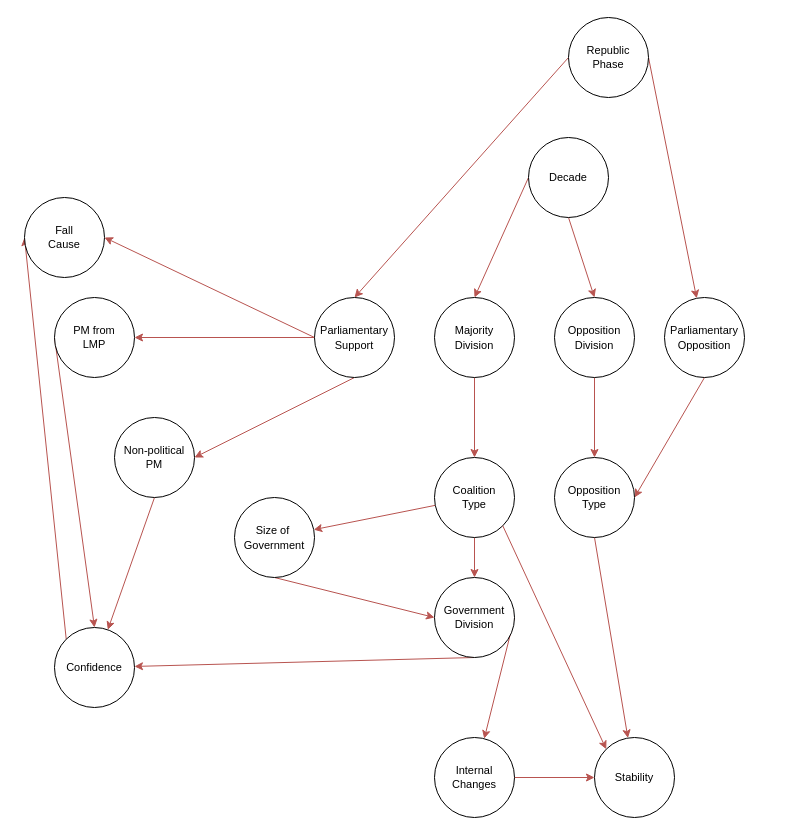
Earlier version of the draw.io diagram Model.drawio (Cremadvd/Italian-Government-Stability). Source tidied: cells renumbered, new cells numbered last; positions are measured from the earlier drawing's top-left corner, leaving out a move shared by most shapes. Both pictures are drawn from the tidied source at 100%, with x=0, y=0 at pixel (24, 17).
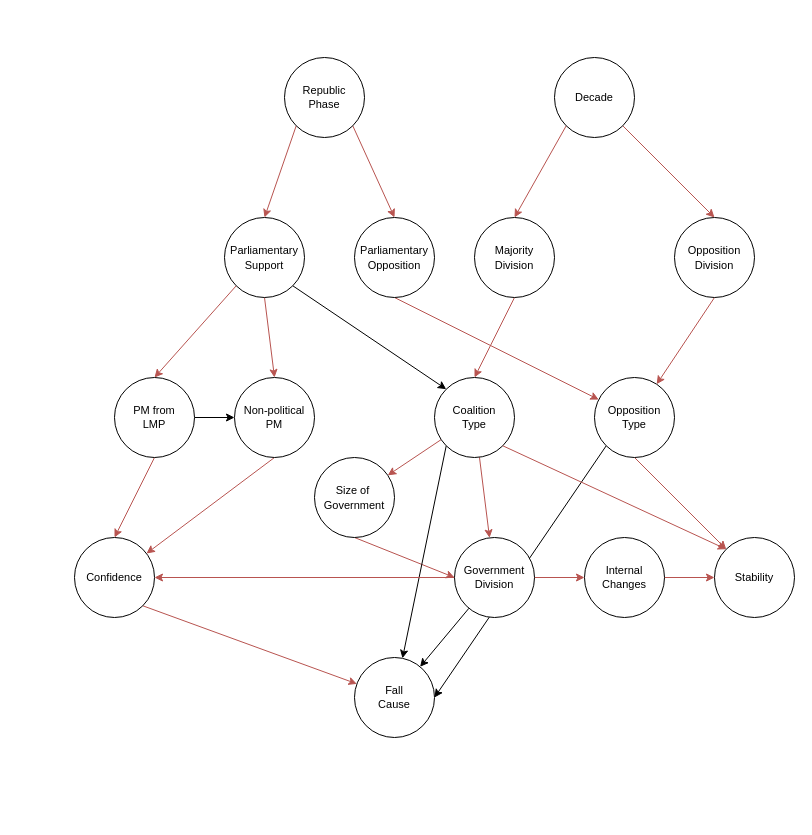
The same diagram, later.

The edit, as a diff of the source:
```diff
@@
     <mxCell id="3" value="&lt;font style=&quot;font-size: 11px;&quot;&gt;Size of&amp;nbsp;&lt;br&gt;Government&lt;/font&gt;" style="ellipse;whiteSpace=wrap;html=1;" parent="1" vertex="1">
-      <mxGeometry x="210" y="480" width="80" height="80" as="geometry" />
+      <mxGeometry x="290" y="440" width="80" height="80" as="geometry" />
     </mxCell>
-    <mxCell id="4" style="rounded=0;jettySize=auto;html=1;exitX=0;exitY=0.5;exitDx=0;exitDy=0;entryX=1;entryY=0.5;entryDx=0;entryDy=0;fillColor=#f8cecc;strokeColor=#b85450;" parent="1" edge="1" source="7" target="27">
+    <mxCell id="4" style="rounded=0;jettySize=auto;html=1;exitX=0;exitY=1;exitDx=0;exitDy=0;entryX=0.5;entryY=0;entryDx=0;entryDy=0;fillColor=#f8cecc;strokeColor=#b85450;" parent="1" edge="1" source="7" target="27">
       <mxGeometry relative="1" as="geometry" />
     </mxCell>
-    <mxCell id="5" style="rounded=0;jettySize=auto;html=1;exitX=0.5;exitY=1;exitDx=0;exitDy=0;entryX=1;entryY=0.5;entryDx=0;entryDy=0;fillColor=#f8cecc;strokeColor=#b85450;" parent="1" edge="1" source="7" target="29">
+    <mxCell id="5" style="rounded=0;jettySize=auto;html=1;exitX=0.5;exitY=1;exitDx=0;exitDy=0;entryX=0.5;entryY=0;entryDx=0;entryDy=0;fillColor=#f8cecc;strokeColor=#b85450;" parent="1" edge="1" source="7" target="29">
       <mxGeometry relative="1" as="geometry" />
     </mxCell>
-    <mxCell id="6" style="rounded=0;jettySize=auto;html=1;exitX=0;exitY=0.5;exitDx=0;exitDy=0;entryX=1;entryY=0.5;entryDx=0;entryDy=0;fillColor=#f8cecc;strokeColor=#b85450;" parent="1" edge="1" source="7" target="25">
-      <mxGeometry relative="1" as="geometry" />
-    </mxCell>
+    <mxCell id="39" style="rounded=0;jettySize=auto;html=1;exitX=1;exitY=1;exitDx=0;exitDy=0;entryX=0;entryY=0;entryDx=0;entryDy=0;" parent="1" edge="1" source="7" target="32">
+      <mxGeometry relative="1" as="geometry" />
+    </mxCell>
     <mxCell id="7" value="&lt;font style=&quot;font-size: 11px;&quot;&gt;Parliamentary&lt;br&gt;Support&lt;/font&gt;" style="ellipse;whiteSpace=wrap;html=1;" parent="1" vertex="1">
-      <mxGeometry x="290" y="280" width="80" height="80" as="geometry" />
+      <mxGeometry x="200" y="200" width="80" height="80" as="geometry" />
     </mxCell>
-    <mxCell id="8" style="rounded=0;jettySize=auto;html=1;exitX=0.5;exitY=1;exitDx=0;exitDy=0;entryX=1;entryY=0.5;entryDx=0;entryDy=0;fillColor=#f8cecc;strokeColor=#b85450;" parent="1" edge="1" source="9" target="34">
+    <mxCell id="8" style="rounded=0;jettySize=auto;html=1;exitX=0.5;exitY=1;exitDx=0;exitDy=0;fillColor=#f8cecc;strokeColor=#b85450;" parent="1" edge="1" source="9" target="34">
       <mxGeometry relative="1" as="geometry" />
     </mxCell>
     <mxCell id="9" value="&lt;font style=&quot;font-size: 11px;&quot;&gt;&lt;font style=&quot;font-size: 11px;&quot;&gt;Parliamentary&lt;/font&gt;&lt;br&gt;Opposition&lt;/font&gt;" style="ellipse;whiteSpace=wrap;html=1;" parent="1" vertex="1">
-      <mxGeometry x="640" y="280" width="80" height="80" as="geometry" />
+      <mxGeometry x="330" y="200" width="80" height="80" as="geometry" />
     </mxCell>
-    <mxCell id="10" style="edgeStyle=orthogonalEdgeStyle;rounded=0;jettySize=auto;html=1;exitX=0.5;exitY=1;exitDx=0;exitDy=0;entryX=0.5;entryY=0;entryDx=0;entryDy=0;fillColor=#f8cecc;strokeColor=#b85450;" parent="1" edge="1" source="11" target="32">
+    <mxCell id="10" style="rounded=0;jettySize=auto;html=1;exitX=0.5;exitY=1;exitDx=0;exitDy=0;entryX=0.5;entryY=0;entryDx=0;entryDy=0;fillColor=#f8cecc;strokeColor=#b85450;" parent="1" edge="1" source="11" target="32">
       <mxGeometry relative="1" as="geometry" />
     </mxCell>
     <mxCell id="11" value="&lt;font style=&quot;font-size: 11px;&quot;&gt;Majority&lt;br&gt;Division&lt;/font&gt;" style="ellipse;whiteSpace=wrap;html=1;" parent="1" vertex="1">
-      <mxGeometry x="410" y="280" width="80" height="80" as="geometry" />
+      <mxGeometry x="450" y="200" width="80" height="80" as="geometry" />
     </mxCell>
-    <mxCell id="12" style="edgeStyle=orthogonalEdgeStyle;rounded=0;jettySize=auto;html=1;exitX=0.5;exitY=1;exitDx=0;exitDy=0;fillColor=#f8cecc;strokeColor=#b85450;" parent="1" edge="1" source="13" target="34">
+    <mxCell id="12" style="rounded=0;jettySize=auto;html=1;exitX=0.5;exitY=1;exitDx=0;exitDy=0;fillColor=#f8cecc;strokeColor=#b85450;" parent="1" edge="1" source="13" target="34">
       <mxGeometry relative="1" as="geometry" />
     </mxCell>
     <mxCell id="13" value="&lt;font style=&quot;font-size: 11px;&quot;&gt;Opposition&lt;br&gt;Division&lt;/font&gt;" style="ellipse;whiteSpace=wrap;html=1;" parent="1" vertex="1">
-      <mxGeometry x="530" y="280" width="80" height="80" as="geometry" />
+      <mxGeometry x="650" y="200" width="80" height="80" as="geometry" />
     </mxCell>
     <mxCell id="14" value="Stability" style="ellipse;whiteSpace=wrap;html=1;fontFamily=Helvetica;fontSize=11;fontColor=default;" parent="1" vertex="1">
-      <mxGeometry x="570" y="720" width="80" height="80" as="geometry" />
+      <mxGeometry x="690" y="520" width="80" height="80" as="geometry" />
     </mxCell>
-    <mxCell id="15" style="edgeStyle=orthogonalEdgeStyle;rounded=0;jettySize=auto;html=1;exitX=1;exitY=0.5;exitDx=0;exitDy=0;fillColor=#f8cecc;strokeColor=#b85450;" parent="1" edge="1" source="16" target="14">
+    <mxCell id="15" style="rounded=0;jettySize=auto;html=1;exitX=1;exitY=0.5;exitDx=0;exitDy=0;fillColor=#f8cecc;strokeColor=#b85450;" parent="1" edge="1" source="16" target="14">
       <mxGeometry relative="1" as="geometry" />
     </mxCell>
     <mxCell id="16" value="Internal&lt;br&gt;Changes" style="ellipse;whiteSpace=wrap;html=1;fontFamily=Helvetica;fontSize=11;fontColor=default;" parent="1" vertex="1">
-      <mxGeometry x="410" y="720" width="80" height="80" as="geometry" />
+      <mxGeometry x="560" y="520" width="80" height="80" as="geometry" />
     </mxCell>
-    <mxCell id="17" style="rounded=0;jettySize=auto;html=1;exitX=0.5;exitY=1;exitDx=0;exitDy=0;entryX=0.5;entryY=0;entryDx=0;entryDy=0;fillColor=#f8cecc;strokeColor=#b85450;" parent="1" edge="1" source="19" target="13">
+    <mxCell id="17" style="rounded=0;jettySize=auto;html=1;entryX=0.5;entryY=0;entryDx=0;entryDy=0;fillColor=#f8cecc;strokeColor=#b85450;" parent="1" edge="1" source="19" target="13">
       <mxGeometry relative="1" as="geometry" />
     </mxCell>
-    <mxCell id="18" style="rounded=0;jettySize=auto;html=1;exitX=0;exitY=0.5;exitDx=0;exitDy=0;entryX=0.5;entryY=0;entryDx=0;entryDy=0;fillColor=#f8cecc;strokeColor=#b85450;" parent="1" edge="1" source="19" target="11">
+    <mxCell id="18" style="rounded=0;jettySize=auto;html=1;exitX=0;exitY=1;exitDx=0;exitDy=0;entryX=0.5;entryY=0;entryDx=0;entryDy=0;fillColor=#f8cecc;strokeColor=#b85450;" parent="1" edge="1" source="19" target="11">
       <mxGeometry relative="1" as="geometry" />
     </mxCell>
     <mxCell id="19" value="Decade" style="ellipse;whiteSpace=wrap;html=1;fontFamily=Helvetica;fontSize=11;fontColor=default;" parent="1" vertex="1">
-      <mxGeometry x="504" y="120" width="80" height="80" as="geometry" />
+      <mxGeometry x="530" y="40" width="80" height="80" as="geometry" />
     </mxCell>
-    <mxCell id="20" style="rounded=0;jettySize=auto;html=1;exitX=0;exitY=0.5;exitDx=0;exitDy=0;entryX=0.5;entryY=0;entryDx=0;entryDy=0;fillColor=#f8cecc;strokeColor=#b85450;" parent="1" edge="1" source="22" target="7">
+    <mxCell id="20" style="rounded=0;jettySize=auto;html=1;exitX=0;exitY=1;exitDx=0;exitDy=0;entryX=0.5;entryY=0;entryDx=0;entryDy=0;fillColor=#f8cecc;strokeColor=#b85450;" parent="1" edge="1" source="22" target="7">
       <mxGeometry relative="1" as="geometry" />
     </mxCell>
-    <mxCell id="21" style="rounded=0;jettySize=auto;html=1;exitX=1;exitY=0.5;exitDx=0;exitDy=0;fillColor=#f8cecc;strokeColor=#b85450;" parent="1" edge="1" source="22" target="9">
+    <mxCell id="21" style="rounded=0;jettySize=auto;html=1;exitX=1;exitY=1;exitDx=0;exitDy=0;fillColor=#f8cecc;strokeColor=#b85450;entryX=0.5;entryY=0;entryDx=0;entryDy=0;" parent="1" edge="1" source="22" target="9">
       <mxGeometry relative="1" as="geometry" />
     </mxCell>
     <mxCell id="22" value="Republic&lt;br&gt;Phase" style="ellipse;whiteSpace=wrap;html=1;fontFamily=Helvetica;fontSize=11;fontColor=default;" parent="1" vertex="1">
-      <mxGeometry x="544" width="80" height="80" as="geometry" />
+      <mxGeometry x="260" y="40" width="80" height="80" as="geometry" />
     </mxCell>
-    <mxCell id="23" style="rounded=0;jettySize=auto;html=1;exitX=0;exitY=0;exitDx=0;exitDy=0;entryX=0;entryY=0.5;entryDx=0;entryDy=0;fillColor=#f8cecc;strokeColor=#b85450;" parent="1" edge="1" source="24" target="25">
+    <mxCell id="23" style="rounded=0;jettySize=auto;html=1;exitX=1;exitY=1;exitDx=0;exitDy=0;fillColor=#f8cecc;strokeColor=#b85450;" parent="1" edge="1" source="24" target="25">
       <mxGeometry relative="1" as="geometry" />
     </mxCell>
     <mxCell id="24" value="Confidence" style="ellipse;whiteSpace=wrap;html=1;fontFamily=Helvetica;fontSize=11;fontColor=default;" parent="1" vertex="1">
-      <mxGeometry x="30" y="610" width="80" height="80" as="geometry" />
+      <mxGeometry x="50" y="520" width="80" height="80" as="geometry" />
     </mxCell>
     <mxCell id="25" value="Fall&lt;br&gt;Cause" style="ellipse;whiteSpace=wrap;html=1;fontFamily=Helvetica;fontSize=11;fontColor=default;" parent="1" vertex="1">
-      <mxGeometry y="180" width="80" height="80" as="geometry" />
+      <mxGeometry x="330" y="640" width="80" height="80" as="geometry" />
     </mxCell>
-    <mxCell id="26" style="rounded=0;jettySize=auto;html=1;exitX=0;exitY=0.5;exitDx=0;exitDy=0;entryX=0.5;entryY=0;entryDx=0;entryDy=0;fillColor=#f8cecc;strokeColor=#b85450;" parent="1" edge="1" source="27" target="24">
+    <mxCell id="26" style="rounded=0;jettySize=auto;html=1;exitX=0.5;exitY=1;exitDx=0;exitDy=0;entryX=0.5;entryY=0;entryDx=0;entryDy=0;fillColor=#f8cecc;strokeColor=#b85450;" parent="1" edge="1" source="27" target="24">
       <mxGeometry relative="1" as="geometry" />
     </mxCell>
+    <mxCell id="40" style="rounded=0;jettySize=auto;html=1;exitX=1;exitY=0.5;exitDx=0;exitDy=0;entryX=0;entryY=0.5;entryDx=0;entryDy=0;" parent="1" edge="1" source="27" target="29">
+      <mxGeometry relative="1" as="geometry" />
+    </mxCell>
     <mxCell id="27" value="PM from&lt;br&gt;LMP" style="ellipse;whiteSpace=wrap;html=1;fontFamily=Helvetica;fontSize=11;fontColor=default;" parent="1" vertex="1">
-      <mxGeometry x="30" y="280" width="80" height="80" as="geometry" />
+      <mxGeometry x="90" y="360" width="80" height="80" as="geometry" />
     </mxCell>
@@
     <mxCell id="29" value="Non-political&lt;br&gt;PM" style="ellipse;whiteSpace=wrap;html=1;fontFamily=Helvetica;fontSize=11;fontColor=default;" parent="1" vertex="1">
-      <mxGeometry x="90" y="400" width="80" height="80" as="geometry" />
+      <mxGeometry x="210" y="360" width="80" height="80" as="geometry" />
     </mxCell>
-    <mxCell id="30" style="edgeStyle=orthogonalEdgeStyle;rounded=0;jettySize=auto;html=1;fillColor=#f8cecc;strokeColor=#b85450;" parent="1" edge="1" source="32" target="37">
+    <mxCell id="30" style="rounded=0;jettySize=auto;html=1;fillColor=#f8cecc;strokeColor=#b85450;" parent="1" edge="1" source="32" target="37">
       <mxGeometry relative="1" as="geometry" />
     </mxCell>
@@
+    <mxCell id="41" style="rounded=0;jettySize=auto;html=1;exitX=0;exitY=1;exitDx=0;exitDy=0;" parent="1" edge="1" source="32" target="25">
+      <mxGeometry relative="1" as="geometry" />
+    </mxCell>
     <mxCell id="32" value="Coalition&lt;br&gt;Type" style="ellipse;whiteSpace=wrap;html=1;fontFamily=Helvetica;fontSize=11;fontColor=default;" parent="1" vertex="1">
-      <mxGeometry x="410" y="440" width="80" height="80" as="geometry" />
+      <mxGeometry x="410" y="360" width="80" height="80" as="geometry" />
     </mxCell>
@@
+    <mxCell id="42" style="rounded=0;jettySize=auto;html=1;exitX=0;exitY=1;exitDx=0;exitDy=0;entryX=1;entryY=0.5;entryDx=0;entryDy=0;" parent="1" edge="1" source="34" target="25">
+      <mxGeometry relative="1" as="geometry" />
+    </mxCell>
     <mxCell id="34" value="Opposition&lt;br&gt;Type" style="ellipse;whiteSpace=wrap;html=1;fontFamily=Helvetica;fontSize=11;fontColor=default;" parent="1" vertex="1">
-      <mxGeometry x="530" y="440" width="80" height="80" as="geometry" />
+      <mxGeometry x="570" y="360" width="80" height="80" as="geometry" />
     </mxCell>
-    <mxCell id="35" style="rounded=0;jettySize=auto;html=1;exitX=0.5;exitY=1;exitDx=0;exitDy=0;fillColor=#f8cecc;strokeColor=#b85450;" parent="1" edge="1" source="37" target="24">
-      <mxGeometry relative="1" as="geometry" />
+    <mxCell id="35" style="rounded=0;jettySize=auto;html=1;exitX=0;exitY=0.5;exitDx=0;exitDy=0;fillColor=#f8cecc;strokeColor=#b85450;" parent="1" edge="1" source="37">
+      <mxGeometry relative="1" as="geometry">
+        <mxPoint x="130" y="560" as="targetPoint" />
+      </mxGeometry>
     </mxCell>
@@
+    <mxCell id="43" style="rounded=0;jettySize=auto;html=1;" parent="1" edge="1" source="37" target="25">
+      <mxGeometry relative="1" as="geometry" />
+    </mxCell>
     <mxCell id="37" value="Government&lt;br&gt;Division" style="ellipse;whiteSpace=wrap;html=1;fontFamily=Helvetica;fontSize=11;fontColor=default;" parent="1" vertex="1">
-      <mxGeometry x="410" y="560" width="80" height="80" as="geometry" />
+      <mxGeometry x="430" y="520" width="80" height="80" as="geometry" />
     </mxCell>
```
